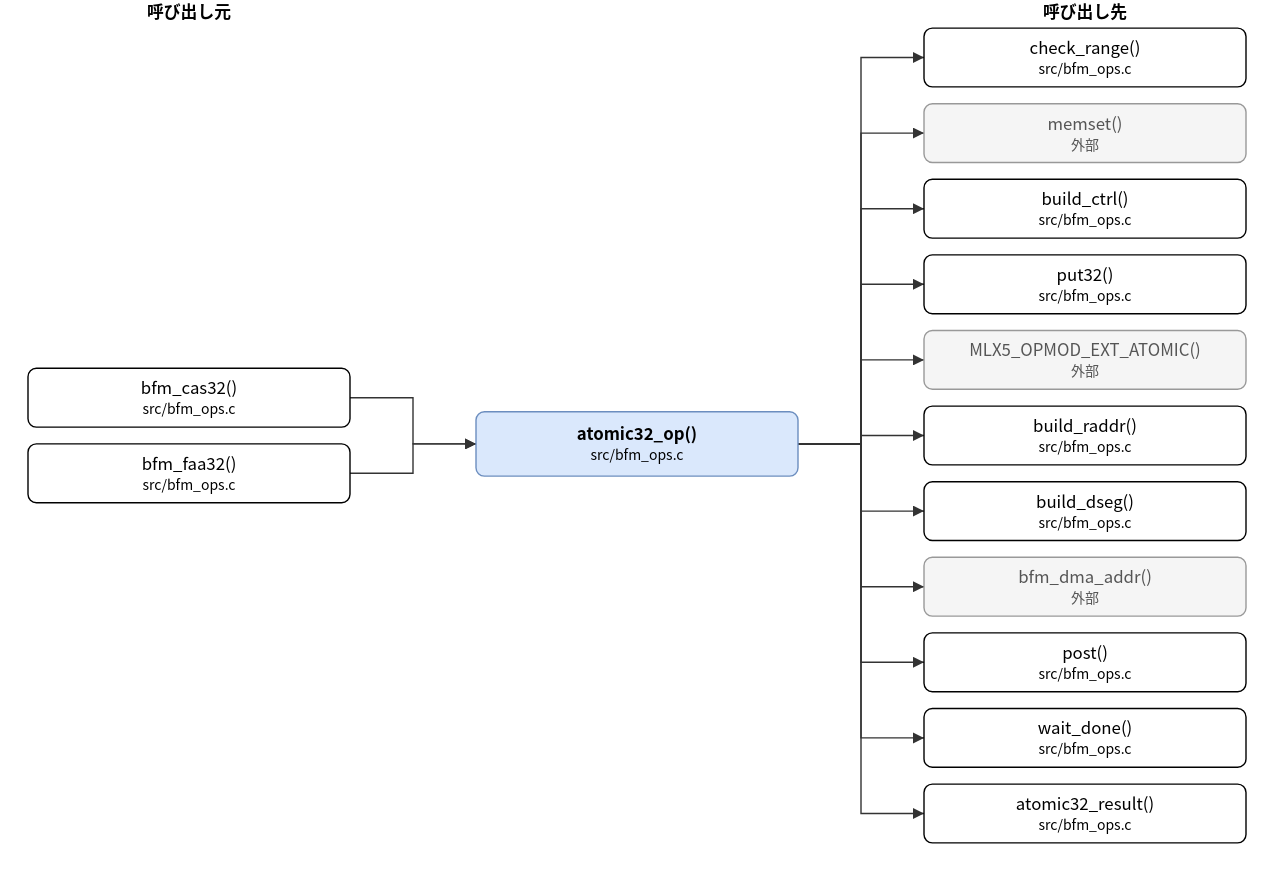
This is doc/spec/images/call_src_bfm_ops-atomic32_op.drawio.svg from hf355051012-ai/bfmem, a draw.io export, as it was before one commit. Source tidied: cells renumbered, new cells last; positions are measured from the earlier drawing's top-left corner, leaving out a move shared by most shapes. The source it was exported from:
```xml
<mxGraphModel>
  <root>
    <mxCell id="0" />
    <mxCell id="1" parent="0" />
    <mxCell id="2" value="atomic32_op()&lt;br&gt;&lt;font style=&quot;font-size:10px&quot;&gt;src/bfm_ops.c&lt;/font&gt;" style="rounded=1;whiteSpace=wrap;html=1;fillColor=#dae8fc;strokeColor=#6c8ebf;fontStyle=1;" parent="1" vertex="1">
      <mxGeometry x="320" y="294" width="230" height="46" as="geometry" />
    </mxCell>
    <mxCell id="3" value="bfm_cas32()&lt;br&gt;&lt;font style=&quot;font-size:10px&quot;&gt;src/bfm_ops.c&lt;/font&gt;" style="rounded=1;whiteSpace=wrap;html=1;" parent="1" vertex="1">
      <mxGeometry y="263" width="230" height="42" as="geometry" />
    </mxCell>
    <mxCell id="4" value="bfm_faa32()&lt;br&gt;&lt;font style=&quot;font-size:10px&quot;&gt;src/bfm_ops.c&lt;/font&gt;" style="rounded=1;whiteSpace=wrap;html=1;" parent="1" vertex="1">
      <mxGeometry y="317" width="230" height="42" as="geometry" />
    </mxCell>
    <mxCell id="5" value="check_range()&lt;br&gt;&lt;font style=&quot;font-size:10px&quot;&gt;src/bfm_ops.c&lt;/font&gt;" style="rounded=1;whiteSpace=wrap;html=1;" parent="1" vertex="1">
      <mxGeometry x="640" y="20" width="230" height="42" as="geometry" />
    </mxCell>
    <mxCell id="6" value="memset()&lt;br&gt;&lt;font style=&quot;font-size:10px&quot;&gt;外部&lt;/font&gt;" style="rounded=1;whiteSpace=wrap;html=1;fillColor=#f5f5f5;strokeColor=#999999;fontColor=#555555;" parent="1" vertex="1">
      <mxGeometry x="640" y="74" width="230" height="42" as="geometry" />
    </mxCell>
    <mxCell id="7" value="build_ctrl()&lt;br&gt;&lt;font style=&quot;font-size:10px&quot;&gt;src/bfm_ops.c&lt;/font&gt;" style="rounded=1;whiteSpace=wrap;html=1;" parent="1" vertex="1">
      <mxGeometry x="640" y="128" width="230" height="42" as="geometry" />
    </mxCell>
    <mxCell id="8" value="put32()&lt;br&gt;&lt;font style=&quot;font-size:10px&quot;&gt;src/bfm_ops.c&lt;/font&gt;" style="rounded=1;whiteSpace=wrap;html=1;" parent="1" vertex="1">
      <mxGeometry x="640" y="182" width="230" height="42" as="geometry" />
    </mxCell>
    <mxCell id="9" value="MLX5_OPMOD_EXT_ATOMIC()&lt;br&gt;&lt;font style=&quot;font-size:10px&quot;&gt;外部&lt;/font&gt;" style="rounded=1;whiteSpace=wrap;html=1;fillColor=#f5f5f5;strokeColor=#999999;fontColor=#555555;" parent="1" vertex="1">
      <mxGeometry x="640" y="236" width="230" height="42" as="geometry" />
    </mxCell>
    <mxCell id="10" value="build_raddr()&lt;br&gt;&lt;font style=&quot;font-size:10px&quot;&gt;src/bfm_ops.c&lt;/font&gt;" style="rounded=1;whiteSpace=wrap;html=1;" parent="1" vertex="1">
      <mxGeometry x="640" y="290" width="230" height="42" as="geometry" />
    </mxCell>
    <mxCell id="11" value="build_dseg()&lt;br&gt;&lt;font style=&quot;font-size:10px&quot;&gt;src/bfm_ops.c&lt;/font&gt;" style="rounded=1;whiteSpace=wrap;html=1;" parent="1" vertex="1">
      <mxGeometry x="640" y="344" width="230" height="42" as="geometry" />
    </mxCell>
    <mxCell id="12" value="bfm_dma_addr()&lt;br&gt;&lt;font style=&quot;font-size:10px&quot;&gt;外部&lt;/font&gt;" style="rounded=1;whiteSpace=wrap;html=1;fillColor=#f5f5f5;strokeColor=#999999;fontColor=#555555;" parent="1" vertex="1">
      <mxGeometry x="640" y="398" width="230" height="42" as="geometry" />
    </mxCell>
    <mxCell id="13" value="post()&lt;br&gt;&lt;font style=&quot;font-size:10px&quot;&gt;src/bfm_ops.c&lt;/font&gt;" style="rounded=1;whiteSpace=wrap;html=1;" parent="1" vertex="1">
      <mxGeometry x="640" y="452" width="230" height="42" as="geometry" />
    </mxCell>
    <mxCell id="14" value="wait_done()&lt;br&gt;&lt;font style=&quot;font-size:10px&quot;&gt;src/bfm_ops.c&lt;/font&gt;" style="rounded=1;whiteSpace=wrap;html=1;" parent="1" vertex="1">
      <mxGeometry x="640" y="506" width="230" height="42" as="geometry" />
    </mxCell>
    <mxCell id="15" value="atomic32_result()&lt;br&gt;&lt;font style=&quot;font-size:10px&quot;&gt;src/bfm_ops.c&lt;/font&gt;" style="rounded=1;whiteSpace=wrap;html=1;" parent="1" vertex="1">
      <mxGeometry x="640" y="560" width="230" height="42" as="geometry" />
    </mxCell>
    <mxCell id="16" style="edgeStyle=none;html=1;rounded=0;endArrow=block;endFill=1;exitX=1.0000;exitY=0.5000;exitDx=0;exitDy=0;exitPerimeter=0;entryX=0.0000;entryY=0.5000;entryDx=0;entryDy=0;entryPerimeter=0;" parent="1" edge="1" source="3" target="2">
      <mxGeometry relative="1" as="geometry">
        <Array as="points">
          <mxPoint x="275" y="284" />
          <mxPoint x="275" y="317" />
        </Array>
      </mxGeometry>
    </mxCell>
    <mxCell id="17" style="edgeStyle=none;html=1;rounded=0;endArrow=block;endFill=1;exitX=1.0000;exitY=0.5000;exitDx=0;exitDy=0;exitPerimeter=0;entryX=0.0000;entryY=0.5000;entryDx=0;entryDy=0;entryPerimeter=0;" parent="1" edge="1" source="4" target="2">
      <mxGeometry relative="1" as="geometry">
        <Array as="points">
          <mxPoint x="275" y="338" />
          <mxPoint x="275" y="317" />
        </Array>
      </mxGeometry>
    </mxCell>
    <mxCell id="18" style="edgeStyle=none;html=1;rounded=0;endArrow=block;endFill=1;exitX=1.0000;exitY=0.5000;exitDx=0;exitDy=0;exitPerimeter=0;entryX=0.0000;entryY=0.5000;entryDx=0;entryDy=0;entryPerimeter=0;" parent="1" edge="1" source="2" target="5">
      <mxGeometry relative="1" as="geometry">
        <Array as="points">
          <mxPoint x="595" y="317" />
          <mxPoint x="595" y="41" />
        </Array>
      </mxGeometry>
    </mxCell>
    <mxCell id="19" style="edgeStyle=none;html=1;rounded=0;endArrow=block;endFill=1;exitX=1.0000;exitY=0.5000;exitDx=0;exitDy=0;exitPerimeter=0;entryX=0.0000;entryY=0.5000;entryDx=0;entryDy=0;entryPerimeter=0;" parent="1" edge="1" source="2" target="6">
      <mxGeometry relative="1" as="geometry">
        <Array as="points">
          <mxPoint x="595" y="317" />
          <mxPoint x="595" y="95" />
        </Array>
      </mxGeometry>
    </mxCell>
    <mxCell id="20" style="edgeStyle=none;html=1;rounded=0;endArrow=block;endFill=1;exitX=1.0000;exitY=0.5000;exitDx=0;exitDy=0;exitPerimeter=0;entryX=0.0000;entryY=0.5000;entryDx=0;entryDy=0;entryPerimeter=0;" parent="1" edge="1" source="2" target="7">
      <mxGeometry relative="1" as="geometry">
        <Array as="points">
          <mxPoint x="595" y="317" />
          <mxPoint x="595" y="149" />
        </Array>
      </mxGeometry>
    </mxCell>
    <mxCell id="21" style="edgeStyle=none;html=1;rounded=0;endArrow=block;endFill=1;exitX=1.0000;exitY=0.5000;exitDx=0;exitDy=0;exitPerimeter=0;entryX=0.0000;entryY=0.5000;entryDx=0;entryDy=0;entryPerimeter=0;" parent="1" edge="1" source="2" target="8">
      <mxGeometry relative="1" as="geometry">
        <Array as="points">
          <mxPoint x="595" y="317" />
          <mxPoint x="595" y="203" />
        </Array>
      </mxGeometry>
    </mxCell>
    <mxCell id="22" style="edgeStyle=none;html=1;rounded=0;endArrow=block;endFill=1;exitX=1.0000;exitY=0.5000;exitDx=0;exitDy=0;exitPerimeter=0;entryX=0.0000;entryY=0.5000;entryDx=0;entryDy=0;entryPerimeter=0;" parent="1" edge="1" source="2" target="9">
      <mxGeometry relative="1" as="geometry">
        <Array as="points">
          <mxPoint x="595" y="317" />
          <mxPoint x="595" y="257" />
        </Array>
      </mxGeometry>
    </mxCell>
    <mxCell id="23" style="edgeStyle=none;html=1;rounded=0;endArrow=block;endFill=1;exitX=1.0000;exitY=0.5000;exitDx=0;exitDy=0;exitPerimeter=0;entryX=0.0000;entryY=0.5000;entryDx=0;entryDy=0;entryPerimeter=0;" parent="1" edge="1" source="2" target="10">
      <mxGeometry relative="1" as="geometry">
        <Array as="points">
          <mxPoint x="595" y="317" />
          <mxPoint x="595" y="311" />
        </Array>
      </mxGeometry>
    </mxCell>
    <mxCell id="24" style="edgeStyle=none;html=1;rounded=0;endArrow=block;endFill=1;exitX=1.0000;exitY=0.5000;exitDx=0;exitDy=0;exitPerimeter=0;entryX=0.0000;entryY=0.5000;entryDx=0;entryDy=0;entryPerimeter=0;" parent="1" edge="1" source="2" target="11">
      <mxGeometry relative="1" as="geometry">
        <Array as="points">
          <mxPoint x="595" y="317" />
          <mxPoint x="595" y="365" />
        </Array>
      </mxGeometry>
    </mxCell>
    <mxCell id="25" style="edgeStyle=none;html=1;rounded=0;endArrow=block;endFill=1;exitX=1.0000;exitY=0.5000;exitDx=0;exitDy=0;exitPerimeter=0;entryX=0.0000;entryY=0.5000;entryDx=0;entryDy=0;entryPerimeter=0;" parent="1" edge="1" source="2" target="12">
      <mxGeometry relative="1" as="geometry">
        <Array as="points">
          <mxPoint x="595" y="317" />
          <mxPoint x="595" y="419" />
        </Array>
      </mxGeometry>
    </mxCell>
    <mxCell id="26" style="edgeStyle=none;html=1;rounded=0;endArrow=block;endFill=1;exitX=1.0000;exitY=0.5000;exitDx=0;exitDy=0;exitPerimeter=0;entryX=0.0000;entryY=0.5000;entryDx=0;entryDy=0;entryPerimeter=0;" parent="1" edge="1" source="2" target="13">
      <mxGeometry relative="1" as="geometry">
        <Array as="points">
          <mxPoint x="595" y="317" />
          <mxPoint x="595" y="473" />
        </Array>
      </mxGeometry>
    </mxCell>
    <mxCell id="27" style="edgeStyle=none;html=1;rounded=0;endArrow=block;endFill=1;exitX=1.0000;exitY=0.5000;exitDx=0;exitDy=0;exitPerimeter=0;entryX=0.0000;entryY=0.5000;entryDx=0;entryDy=0;entryPerimeter=0;" parent="1" edge="1" source="2" target="14">
      <mxGeometry relative="1" as="geometry">
        <Array as="points">
          <mxPoint x="595" y="317" />
          <mxPoint x="595" y="527" />
        </Array>
      </mxGeometry>
    </mxCell>
    <mxCell id="28" style="edgeStyle=none;html=1;rounded=0;endArrow=block;endFill=1;exitX=1.0000;exitY=0.5000;exitDx=0;exitDy=0;exitPerimeter=0;entryX=0.0000;entryY=0.5000;entryDx=0;entryDy=0;entryPerimeter=0;" parent="1" edge="1" source="2" target="15">
      <mxGeometry relative="1" as="geometry">
        <Array as="points">
          <mxPoint x="595" y="317" />
          <mxPoint x="595" y="581" />
        </Array>
      </mxGeometry>
    </mxCell>
    <mxCell id="29" value="呼び出し元" style="text;html=1;align=center;fontStyle=1;" parent="1" vertex="1">
      <mxGeometry x="35" width="160" height="18" as="geometry" />
    </mxCell>
    <mxCell id="30" value="呼び出し先" style="text;html=1;align=center;fontStyle=1;" parent="1" vertex="1">
      <mxGeometry x="675" width="160" height="18" as="geometry" />
    </mxCell>
  </root>
</mxGraphModel>
```
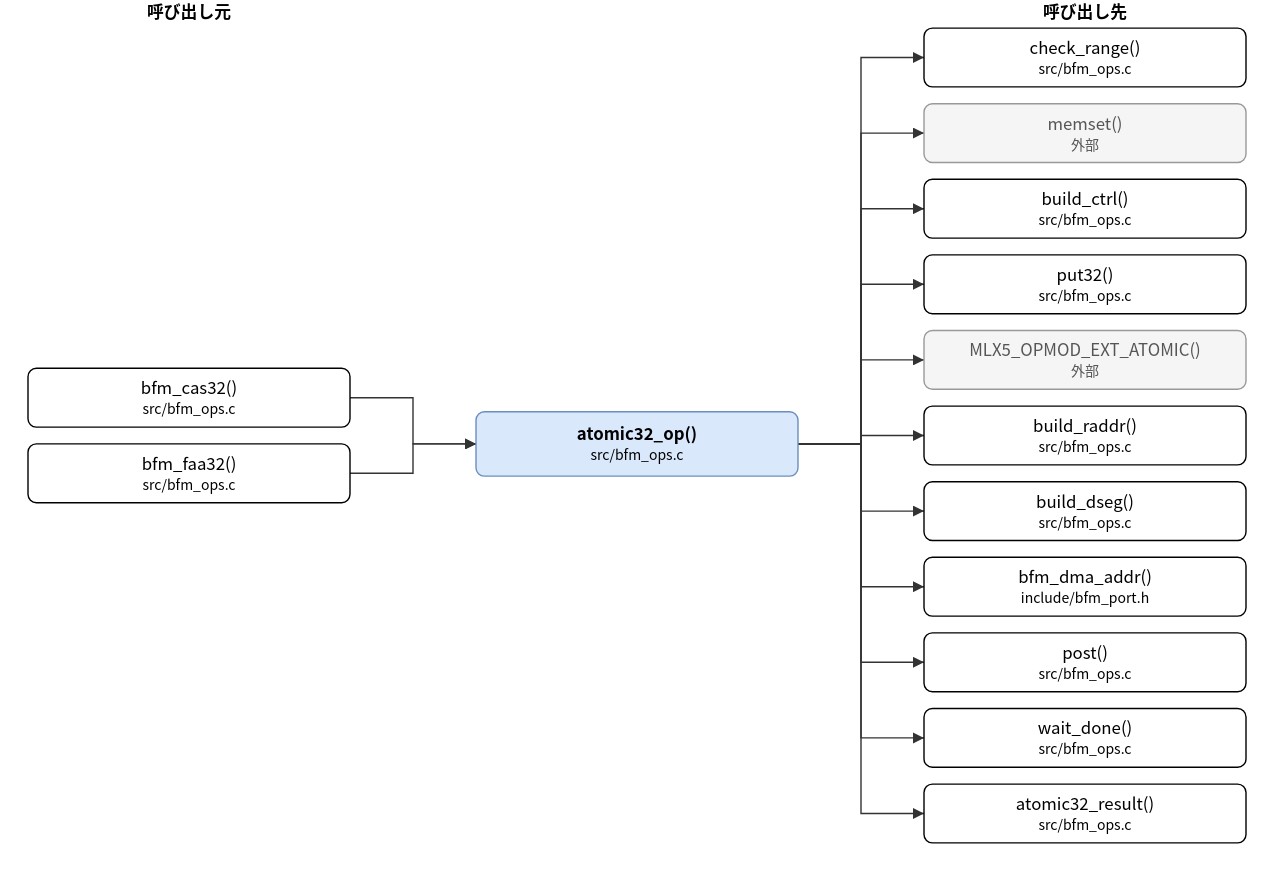
The same diagram one commit later.

Diff of the diagram source:
```diff
@@ -32,7 +32,7 @@
     <mxCell id="11" value="build_dseg()&lt;br&gt;&lt;font style=&quot;font-size:10px&quot;&gt;src/bfm_ops.c&lt;/font&gt;" style="rounded=1;whiteSpace=wrap;html=1;" parent="1" vertex="1">
       <mxGeometry x="640" y="344" width="230" height="42" as="geometry" />
     </mxCell>
-    <mxCell id="12" value="bfm_dma_addr()&lt;br&gt;&lt;font style=&quot;font-size:10px&quot;&gt;外部&lt;/font&gt;" style="rounded=1;whiteSpace=wrap;html=1;fillColor=#f5f5f5;strokeColor=#999999;fontColor=#555555;" parent="1" vertex="1">
+    <mxCell id="12" value="bfm_dma_addr()&lt;br&gt;&lt;font style=&quot;font-size:10px&quot;&gt;include/bfm_port.h&lt;/font&gt;" style="rounded=1;whiteSpace=wrap;html=1;" parent="1" vertex="1">
       <mxGeometry x="640" y="398" width="230" height="42" as="geometry" />
     </mxCell>
     <mxCell id="13" value="post()&lt;br&gt;&lt;font style=&quot;font-size:10px&quot;&gt;src/bfm_ops.c&lt;/font&gt;" style="rounded=1;whiteSpace=wrap;html=1;" parent="1" vertex="1">
```
